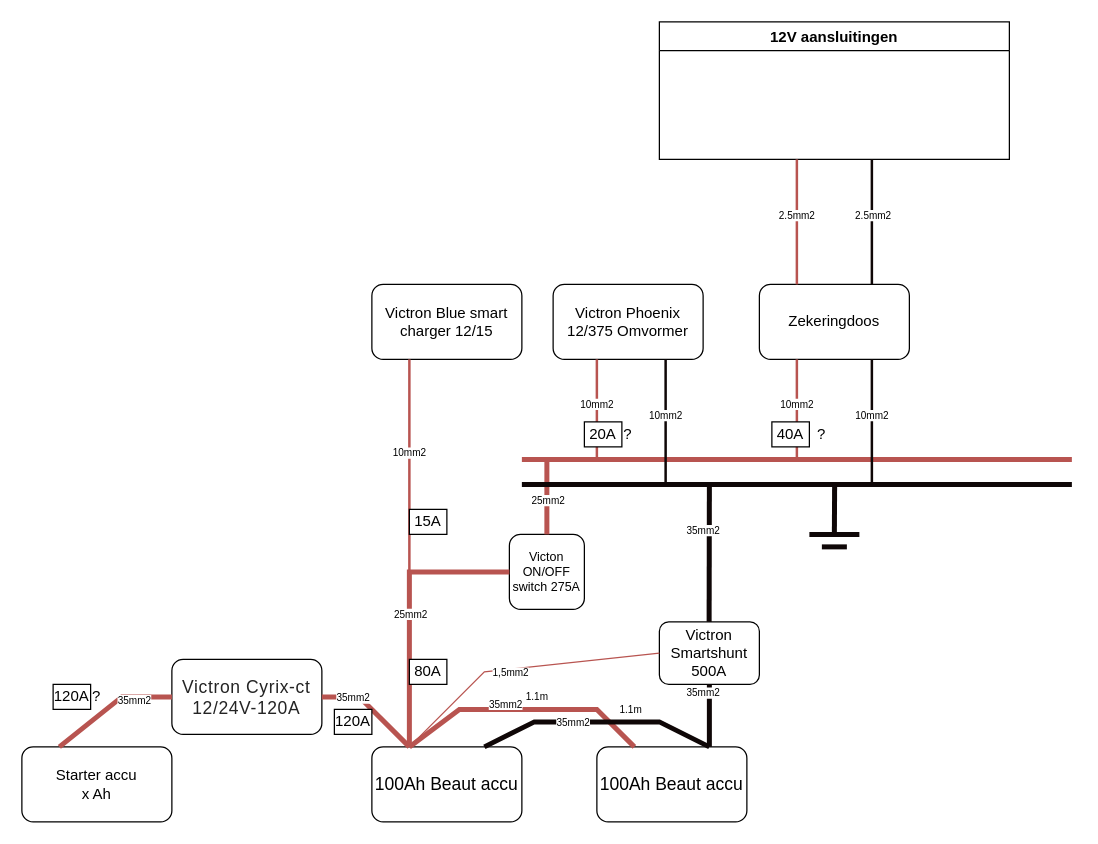
jvermeij/elektra keeps this draw.io diagram as Elektraschema T5.drawio. Above is the earlier version. Source tidied: cells renumbered, new cells numbered last; positions are measured from the earlier drawing's top-left corner, leaving out a move shared by most shapes. Both pictures are drawn from the tidied source at 125%, with x=0, y=0 at pixel (21, 21). Pictures stored in the file or linked from it are replaced by grey dashed boxes.
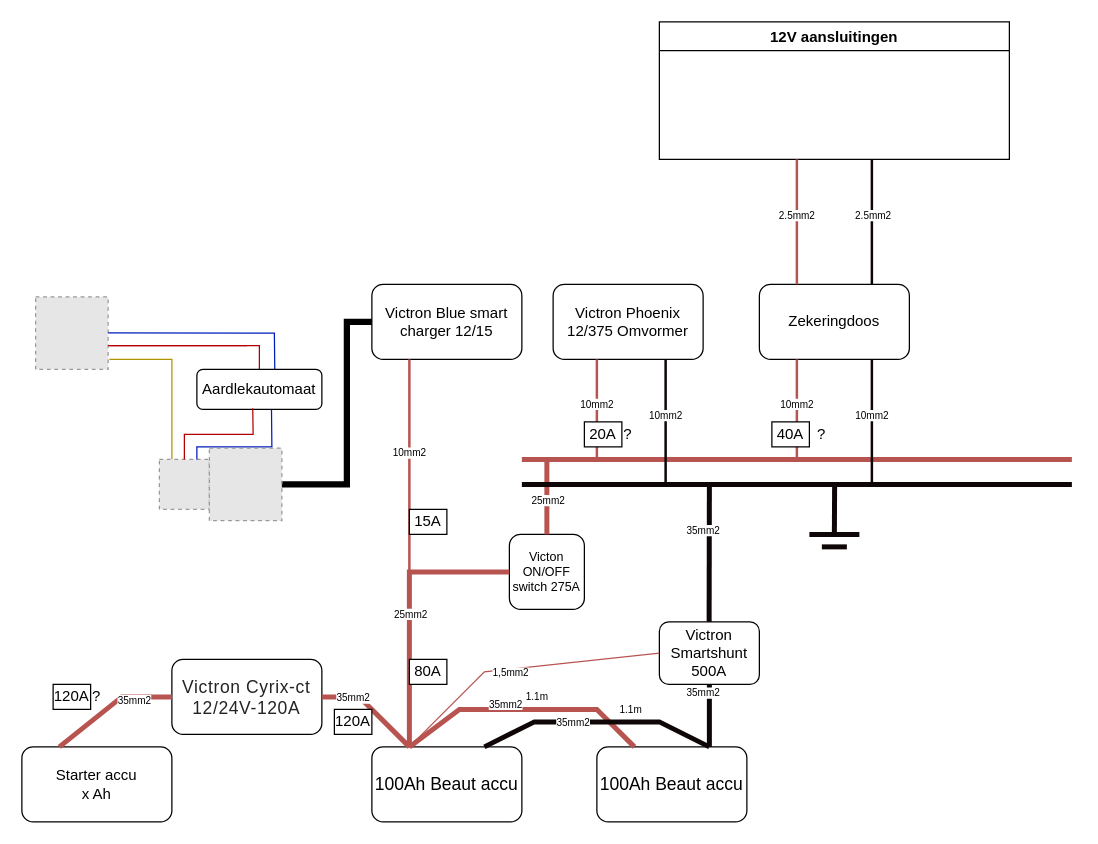
The same page after the edit.

Unchanged cells that the change refers to:
```xml
<mxCell id="8" value="Victron Blue smart charger 12/15" style="rounded=1;whiteSpace=wrap;html=1;fontFamily=Helvetica;fontSize=12;" parent="1" vertex="1">
  <mxGeometry x="280" y="210" width="120" height="60" as="geometry" />
</mxCell>
```

The edit, as a diff of the source:
```diff
@@
+    <mxCell id="60" style="fillColor=#E6E6E6;strokeColor=#999999;dashed=1;html=1;verticalAlign=top;verticalLabelPosition=bottom;labelBackgroundColor=#ffffff;" parent="1" vertex="1">
+      <mxGeometry x="11" y="220" width="58" height="58" as="geometry" />
+    </mxCell>
+    <mxCell id="61" style="endArrow=none;html=1;rounded=0;fillColor=#0050ef;strokeColor=#001DBC;entryX=0.623;entryY=-0.01;entryDx=0;entryDy=0;entryPerimeter=0;" parent="1" edge="1" target="66">
+      <mxGeometry relative="1" as="geometry">
+        <mxPoint x="69" y="248.8" as="sourcePoint" />
+        <Array as="points">
+          <mxPoint x="202" y="249" />
+        </Array>
+      </mxGeometry>
+    </mxCell>
+    <mxCell id="62" style="endArrow=none;html=1;rounded=0;exitX=1;exitY=0.5;exitDx=0;exitDy=0;fillColor=#e51400;strokeColor=#B20000;" parent="1" edge="1">
+      <mxGeometry relative="1" as="geometry">
+        <mxPoint x="69" y="259" as="sourcePoint" />
+        <mxPoint x="180" y="259" as="targetPoint" />
+      </mxGeometry>
+    </mxCell>
+    <mxCell id="63" style="endArrow=none;html=1;rounded=0;exitX=1;exitY=0.5;exitDx=0;exitDy=0;fillColor=#e51400;strokeColor=#B20000;entryX=0.5;entryY=0;entryDx=0;entryDy=0;" parent="1" edge="1" target="66">
+      <mxGeometry relative="1" as="geometry">
+        <mxPoint x="70" y="259" as="sourcePoint" />
+        <Array as="points">
+          <mxPoint x="190" y="259" />
+        </Array>
+      </mxGeometry>
+    </mxCell>
+    <mxCell id="64" style="endArrow=none;html=1;rounded=0;fillColor=#e3c800;strokeColor=#B09500;entryX=0.25;entryY=0;entryDx=0;entryDy=0;" parent="1" edge="1" target="65">
+      <mxGeometry relative="1" as="geometry">
+        <mxPoint x="70" y="269.9" as="sourcePoint" />
+        <Array as="points">
+          <mxPoint x="120" y="270" />
+          <mxPoint x="120" y="330" />
+        </Array>
+      </mxGeometry>
+    </mxCell>
+    <mxCell id="65" style="fillColor=#E6E6E6;strokeColor=#999999;dashed=1;html=1;verticalAlign=top;verticalLabelPosition=bottom;labelBackgroundColor=#ffffff;" parent="1" vertex="1">
+      <mxGeometry x="110" y="350" width="40" height="40" as="geometry" />
+    </mxCell>
+    <mxCell id="66" value="Aardlekautomaat" style="rounded=1;whiteSpace=wrap;html=1;" parent="1" vertex="1">
+      <mxGeometry x="140" y="278" width="100" height="32" as="geometry" />
+    </mxCell>
+    <mxCell id="67" style="endArrow=none;html=1;rounded=0;exitX=0.5;exitY=0;exitDx=0;exitDy=0;fillColor=#e51400;strokeColor=#B20000;entryX=0.447;entryY=0.969;entryDx=0;entryDy=0;entryPerimeter=0;" parent="1" edge="1" source="65" target="66">
+      <mxGeometry relative="1" as="geometry">
+        <Array as="points">
+          <mxPoint x="130" y="330" />
+          <mxPoint x="185" y="330" />
+        </Array>
+      </mxGeometry>
+    </mxCell>
+    <mxCell id="68" style="endArrow=none;html=1;rounded=0;fillColor=#0050ef;strokeColor=#001DBC;entryX=0.75;entryY=0;entryDx=0;entryDy=0;exitX=0.597;exitY=1.01;exitDx=0;exitDy=0;exitPerimeter=0;" parent="1" edge="1" source="66" target="65">
+      <mxGeometry relative="1" as="geometry">
+        <Array as="points">
+          <mxPoint x="200" y="340" />
+          <mxPoint x="140" y="340" />
+        </Array>
+      </mxGeometry>
+    </mxCell>
+    <mxCell id="69" style="endArrow=none;html=1;rounded=0;strokeWidth=5;entryX=0;entryY=0.5;entryDx=0;entryDy=0;" parent="1" edge="1" target="8">
+      <mxGeometry relative="1" as="geometry">
+        <mxPoint x="200" y="370" as="sourcePoint" />
+        <Array as="points">
+          <mxPoint x="260" y="370" />
+          <mxPoint x="260" y="240" />
+        </Array>
+      </mxGeometry>
+    </mxCell>
+    <mxCell id="70" style="fillColor=#E6E6E6;strokeColor=#999999;dashed=1;html=1;verticalAlign=top;verticalLabelPosition=bottom;labelBackgroundColor=#ffffff;" parent="1" vertex="1">
+      <mxGeometry x="150" y="341" width="58" height="58" as="geometry" />
+    </mxCell>
```
